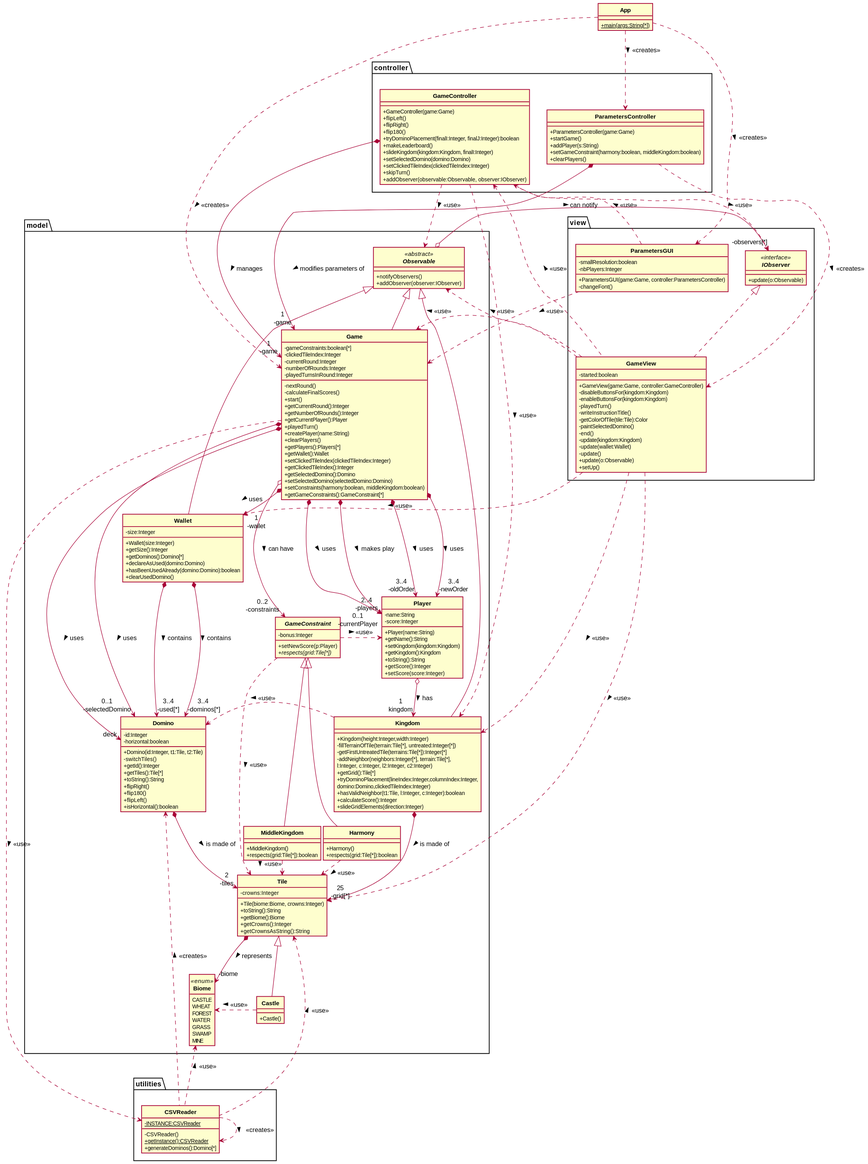
BaptisteWetterwald/dut-a31-kingdomino keeps this PlantUML diagram as rendu2/dc.svg. Above is the earlier version.
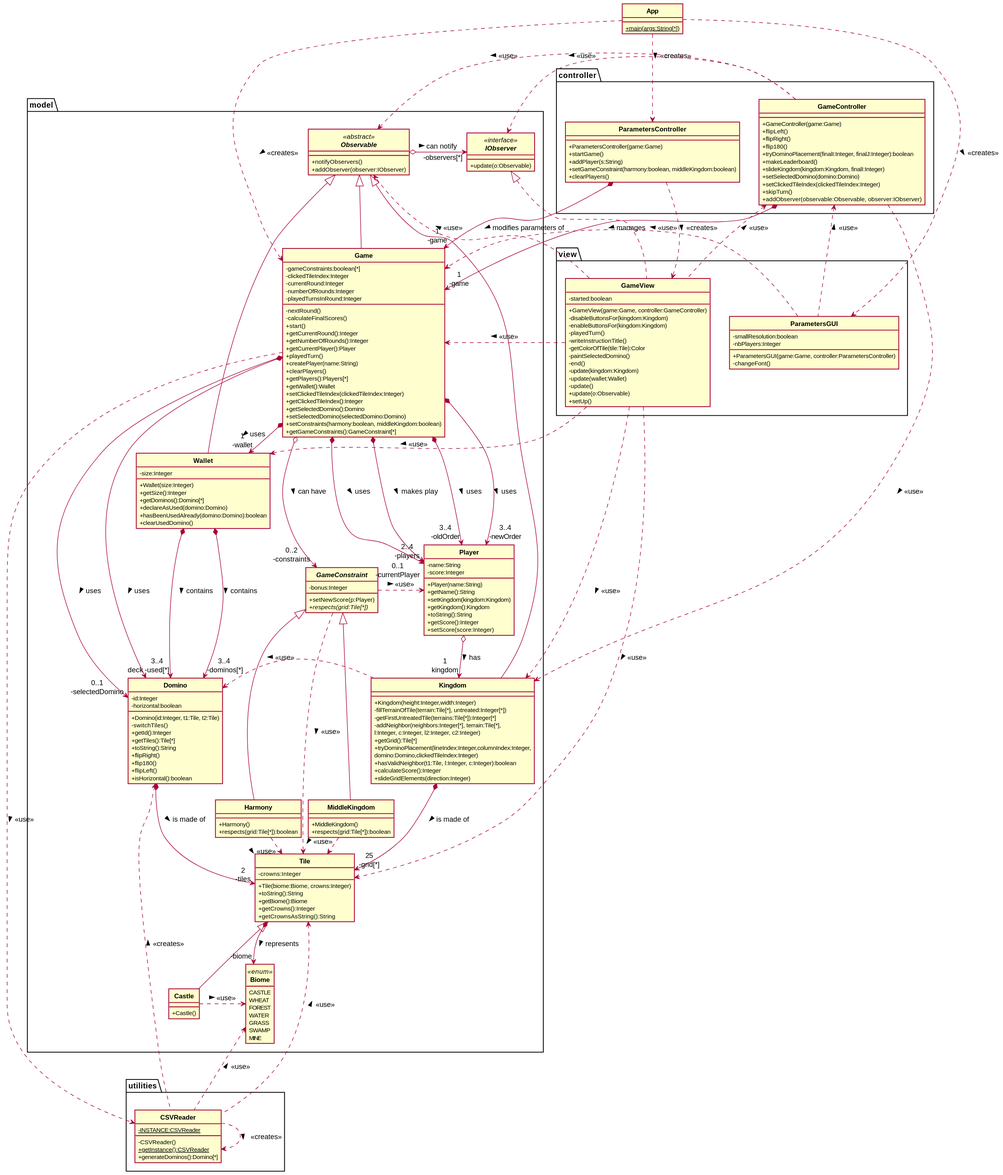
Later version of the same file.

Commit message:
Correction uml bugué

Diff of the diagram source:
```diff
@@ -4,37 +4,6 @@
 skinparam classAttributeIconSize 0
 skinparam classFontStyle Bold
 hide enum methods
-
-package view
-{
-    class GameView implements IObserver
-    {
-        -started:boolean
-
-        +GameView(game:Game, controller:GameController)
-        -disableButtonsFor(kingdom:Kingdom)
-        -enableButtonsFor(kingdom:Kingdom)
-        -playedTurn()
-        -writeInstructionTitle()
-        -getColorOfTile(tile:Tile):Color
-        -paintSelectedDomino()
-        -end()
-        -update(kingdom:Kingdom)
-        -update(wallet:Wallet)
-        -update()
-        +update(o:Observable)
-        +setUp()
-    }
-
-    class ParametersGUI
-    {
-        -smallResolution:boolean
-        -nbPlayers:Integer
-
-        +ParametersGUI(game:Game, controller:ParametersController)
-        -changeFont()
-    }
-}
 
 package model
 {
@@ -209,6 +178,37 @@
     }
 }
 
+package view
+{
+    class GameView implements IObserver
+    {
+        -started:boolean
+
+        +GameView(game:Game, controller:GameController)
+        -disableButtonsFor(kingdom:Kingdom)
+        -enableButtonsFor(kingdom:Kingdom)
+        -playedTurn()
+        -writeInstructionTitle()
+        -getColorOfTile(tile:Tile):Color
+        -paintSelectedDomino()
+        -end()
+        -update(kingdom:Kingdom)
+        -update(wallet:Wallet)
+        -update()
+        +update(o:Observable)
+        +setUp()
+    }
+
+    class ParametersGUI
+    {
+        -smallResolution:boolean
+        -nbPlayers:Integer
+
+        +ParametersGUI(game:Game, controller:ParametersController)
+        -changeFont()
+    }
+}
+
 package utilities
 {
     class CSVReader
```
